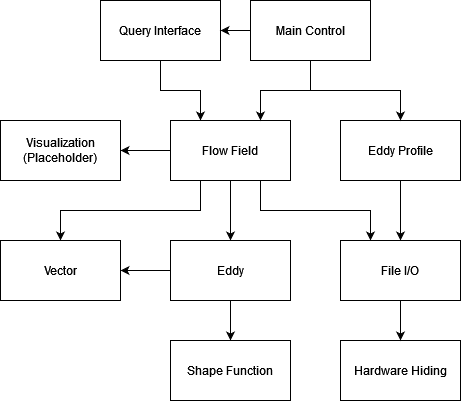
This is docs/Design/SoftArchitecture/UsesHierarchy.png from omltcat/turbulent-flow, a draw.io export, as it was before one commit. Source tidied: cells renumbered, new cells last; positions are measured from the earlier drawing's top-left corner, leaving out a move shared by most shapes.
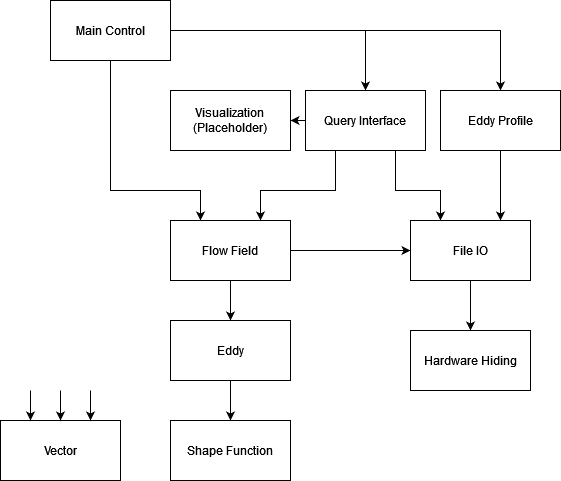
Above is the later version.

Commit message:
MG: Updates use hierarchy diagram Fixes #63

Change to the diagram source:
```diff
@@ -2,71 +2,98 @@
   <root>
     <mxCell id="0" />
     <mxCell id="1" parent="0" />
+    <mxCell id="24" style="edgeStyle=orthogonalEdgeStyle;rounded=0;jettySize=auto;html=1;exitX=0.75;exitY=1;exitDx=0;exitDy=0;entryX=0.25;entryY=0;entryDx=0;entryDy=0;" parent="1" edge="1" source="4" target="29">
+      <mxGeometry relative="1" as="geometry">
+        <Array as="points">
+          <mxPoint x="315" y="200" />
+          <mxPoint x="360" y="200" />
+        </Array>
+      </mxGeometry>
+    </mxCell>
+    <mxCell id="3" style="edgeStyle=orthogonalEdgeStyle;rounded=0;jettySize=auto;html=1;exitX=0.25;exitY=1;exitDx=0;exitDy=0;entryX=0.75;entryY=0;entryDx=0;entryDy=0;" parent="1" edge="1" source="4" target="11">
+      <mxGeometry relative="1" as="geometry">
+        <Array as="points">
+          <mxPoint x="255" y="200" />
+          <mxPoint x="180" y="200" />
+        </Array>
+      </mxGeometry>
+    </mxCell>
+    <mxCell id="25" style="edgeStyle=orthogonalEdgeStyle;rounded=0;jettySize=auto;html=1;" parent="1" edge="1" source="4" target="23">
+      <mxGeometry relative="1" as="geometry" />
+    </mxCell>
+    <mxCell id="4" value="Query Interface" style="rounded=0;whiteSpace=wrap;html=1;" parent="1" vertex="1">
+      <mxGeometry x="225" y="100" width="120" height="60" as="geometry" />
+    </mxCell>
+    <mxCell id="17" style="edgeStyle=orthogonalEdgeStyle;rounded=0;jettySize=auto;html=1;exitX=1;exitY=0.5;exitDx=0;exitDy=0;entryX=0.5;entryY=0;entryDx=0;entryDy=0;" parent="1" edge="1" source="20" target="6">
+      <mxGeometry relative="1" as="geometry" />
+    </mxCell>
+    <mxCell id="19" style="edgeStyle=orthogonalEdgeStyle;rounded=0;jettySize=auto;html=1;entryX=0.5;entryY=0;entryDx=0;entryDy=0;" parent="1" edge="1" source="20" target="4">
+      <mxGeometry relative="1" as="geometry" />
+    </mxCell>
+    <mxCell id="18" style="edgeStyle=orthogonalEdgeStyle;rounded=0;jettySize=auto;html=1;exitX=0.5;exitY=1;exitDx=0;exitDy=0;entryX=0.25;entryY=0;entryDx=0;entryDy=0;" parent="1" edge="1" source="20" target="11">
+      <mxGeometry relative="1" as="geometry">
+        <Array as="points">
+          <mxPoint x="30" y="200" />
+          <mxPoint x="120" y="200" />
+        </Array>
+      </mxGeometry>
+    </mxCell>
+    <mxCell id="20" value="Main Control" style="rounded=0;whiteSpace=wrap;html=1;" parent="1" vertex="1">
+      <mxGeometry x="-30" y="10" width="120" height="60" as="geometry" />
+    </mxCell>
+    <mxCell id="7" style="edgeStyle=orthogonalEdgeStyle;rounded=0;jettySize=auto;html=1;" parent="1" edge="1" source="11" target="14">
+      <mxGeometry relative="1" as="geometry" />
+    </mxCell>
+    <mxCell id="26" style="edgeStyle=orthogonalEdgeStyle;rounded=0;jettySize=auto;html=1;" parent="1" edge="1" source="11" target="29">
+      <mxGeometry relative="1" as="geometry" />
+    </mxCell>
+    <mxCell id="11" value="Flow Field" style="rounded=0;whiteSpace=wrap;html=1;" parent="1" vertex="1">
+      <mxGeometry x="90" y="230" width="120" height="60" as="geometry" />
+    </mxCell>
+    <mxCell id="27" style="edgeStyle=orthogonalEdgeStyle;rounded=0;jettySize=auto;html=1;exitX=0.5;exitY=1;exitDx=0;exitDy=0;entryX=0.75;entryY=0;entryDx=0;entryDy=0;" parent="1" edge="1" source="6" target="29">
+      <mxGeometry relative="1" as="geometry" />
+    </mxCell>
+    <mxCell id="6" value="Eddy Profile" style="rounded=0;whiteSpace=wrap;html=1;" parent="1" vertex="1">
+      <mxGeometry x="360" y="100" width="120" height="60" as="geometry" />
+    </mxCell>
+    <mxCell id="28" style="edgeStyle=orthogonalEdgeStyle;rounded=0;jettySize=auto;html=1;" parent="1" edge="1" source="29" target="2">
+      <mxGeometry relative="1" as="geometry" />
+    </mxCell>
+    <mxCell id="29" value="File IO" style="rounded=0;whiteSpace=wrap;html=1;" parent="1" vertex="1">
+      <mxGeometry x="330" y="230" width="120" height="60" as="geometry" />
+    </mxCell>
     <mxCell id="2" value="Hardware Hiding" style="rounded=0;whiteSpace=wrap;html=1;" parent="1" vertex="1">
-      <mxGeometry x="340" y="340" width="120" height="60" as="geometry" />
+      <mxGeometry x="330" y="340" width="120" height="60" as="geometry" />
     </mxCell>
-    <mxCell id="3" style="edgeStyle=orthogonalEdgeStyle;rounded=0;jettySize=auto;html=1;entryX=0.25;entryY=0;entryDx=0;entryDy=0;" parent="1" edge="1" source="4" target="11">
-      <mxGeometry relative="1" as="geometry" />
-    </mxCell>
-    <mxCell id="4" value="Query Interface" style="rounded=0;whiteSpace=wrap;html=1;" parent="1" vertex="1">
-      <mxGeometry x="100" width="120" height="60" as="geometry" />
-    </mxCell>
-    <mxCell id="5" style="edgeStyle=orthogonalEdgeStyle;rounded=0;jettySize=auto;html=1;" parent="1" edge="1" source="6" target="22">
-      <mxGeometry relative="1" as="geometry" />
-    </mxCell>
-    <mxCell id="6" value="Eddy Profile" style="rounded=0;whiteSpace=wrap;html=1;" parent="1" vertex="1">
-      <mxGeometry x="340" y="120" width="120" height="60" as="geometry" />
-    </mxCell>
-    <mxCell id="7" style="edgeStyle=orthogonalEdgeStyle;rounded=0;jettySize=auto;html=1;" parent="1" edge="1" source="11" target="14">
-      <mxGeometry relative="1" as="geometry" />
-    </mxCell>
-    <mxCell id="8" style="edgeStyle=orthogonalEdgeStyle;rounded=0;jettySize=auto;html=1;" parent="1" edge="1" source="11" target="23">
-      <mxGeometry relative="1" as="geometry" />
-    </mxCell>
-    <mxCell id="9" style="edgeStyle=orthogonalEdgeStyle;rounded=0;jettySize=auto;html=1;exitX=0.75;exitY=1;exitDx=0;exitDy=0;entryX=0.25;entryY=0;entryDx=0;entryDy=0;" parent="1" edge="1" source="11" target="22">
-      <mxGeometry relative="1" as="geometry" />
-    </mxCell>
-    <mxCell id="10" style="edgeStyle=orthogonalEdgeStyle;rounded=0;jettySize=auto;html=1;exitX=0.25;exitY=1;exitDx=0;exitDy=0;entryX=0.5;entryY=0;entryDx=0;entryDy=0;" parent="1" edge="1" source="11" target="16">
-      <mxGeometry relative="1" as="geometry" />
-    </mxCell>
-    <mxCell id="11" value="Flow Field" style="rounded=0;whiteSpace=wrap;html=1;" parent="1" vertex="1">
-      <mxGeometry x="170" y="120" width="120" height="60" as="geometry" />
-    </mxCell>
-    <mxCell id="12" style="edgeStyle=orthogonalEdgeStyle;rounded=0;jettySize=auto;html=1;" parent="1" edge="1" source="14" target="16">
-      <mxGeometry relative="1" as="geometry" />
-    </mxCell>
     <mxCell id="13" style="edgeStyle=orthogonalEdgeStyle;rounded=0;jettySize=auto;html=1;" parent="1" edge="1" source="14" target="15">
       <mxGeometry relative="1" as="geometry" />
     </mxCell>
-    <mxCell id="14" value="&lt;div&gt;Eddy&lt;/div&gt;" style="rounded=0;whiteSpace=wrap;html=1;" parent="1" vertex="1">
-      <mxGeometry x="170" y="240" width="120" height="60" as="geometry" />
+    <mxCell id="14" value="Eddy" style="rounded=0;whiteSpace=wrap;html=1;" parent="1" vertex="1">
+      <mxGeometry x="90" y="330" width="120" height="60" as="geometry" />
     </mxCell>
     <mxCell id="15" value="Shape Function" style="rounded=0;whiteSpace=wrap;html=1;" parent="1" vertex="1">
-      <mxGeometry x="170" y="340" width="120" height="60" as="geometry" />
+      <mxGeometry x="90" y="430" width="120" height="60" as="geometry" />
     </mxCell>
     <mxCell id="16" value="Vector" style="rounded=0;whiteSpace=wrap;html=1;" parent="1" vertex="1">
-      <mxGeometry y="240" width="120" height="60" as="geometry" />
+      <mxGeometry x="-80" y="430" width="120" height="60" as="geometry" />
     </mxCell>
-    <mxCell id="17" style="edgeStyle=orthogonalEdgeStyle;rounded=0;jettySize=auto;html=1;exitX=0.5;exitY=1;exitDx=0;exitDy=0;entryX=0.5;entryY=0;entryDx=0;entryDy=0;" parent="1" edge="1" source="20" target="6">
-      <mxGeometry relative="1" as="geometry" />
-    </mxCell>
-    <mxCell id="18" style="edgeStyle=orthogonalEdgeStyle;rounded=0;jettySize=auto;html=1;exitX=0.5;exitY=1;exitDx=0;exitDy=0;entryX=0.75;entryY=0;entryDx=0;entryDy=0;" parent="1" edge="1" source="20" target="11">
-      <mxGeometry relative="1" as="geometry" />
-    </mxCell>
-    <mxCell id="19" style="edgeStyle=orthogonalEdgeStyle;rounded=0;jettySize=auto;html=1;" parent="1" edge="1" source="20" target="4">
-      <mxGeometry relative="1" as="geometry" />
-    </mxCell>
-    <mxCell id="20" value="&lt;div&gt;Main Control&lt;/div&gt;" style="rounded=0;whiteSpace=wrap;html=1;" parent="1" vertex="1">
-      <mxGeometry x="250" width="120" height="60" as="geometry" />
-    </mxCell>
-    <mxCell id="21" style="edgeStyle=orthogonalEdgeStyle;rounded=0;jettySize=auto;html=1;" parent="1" edge="1" source="22" target="2">
-      <mxGeometry relative="1" as="geometry" />
-    </mxCell>
-    <mxCell id="22" value="File I/O" style="rounded=0;whiteSpace=wrap;html=1;" parent="1" vertex="1">
-      <mxGeometry x="340" y="240" width="120" height="60" as="geometry" />
-    </mxCell>
-    <mxCell id="23" value="&lt;div&gt;Visualization&lt;/div&gt;(Placeholder)" style="rounded=0;whiteSpace=wrap;html=1;" parent="1" vertex="1">
-      <mxGeometry y="120" width="120" height="60" as="geometry" />
+    <mxCell id="23" value="&lt;div&gt;Visualization&lt;/div&gt;&lt;div&gt;(Placeholder)&lt;br&gt;&lt;/div&gt;" style="rounded=0;whiteSpace=wrap;html=1;" parent="1" vertex="1">
+      <mxGeometry x="90" y="100" width="120" height="60" as="geometry" />
     </mxCell>
+    <mxCell id="30" style="endArrow=classic;html=1;rounded=0;entryX=0.25;entryY=0;entryDx=0;entryDy=0;" parent="1" edge="1" target="16">
+      <mxGeometry relative="1" as="geometry">
+        <mxPoint x="-50" y="400" as="sourcePoint" />
+      </mxGeometry>
+    </mxCell>
+    <mxCell id="31" style="endArrow=classic;html=1;rounded=0;entryX=0.5;entryY=0;entryDx=0;entryDy=0;" parent="1" edge="1" target="16">
+      <mxGeometry relative="1" as="geometry">
+        <mxPoint x="-20" y="400" as="sourcePoint" />
+      </mxGeometry>
+    </mxCell>
+    <mxCell id="32" style="endArrow=classic;html=1;rounded=0;entryX=0.75;entryY=0;entryDx=0;entryDy=0;" parent="1" edge="1" target="16">
+      <mxGeometry relative="1" as="geometry">
+        <mxPoint x="10" y="400" as="sourcePoint" />
+      </mxGeometry>
+    </mxCell>
   </root>
 </mxGraphModel>
```
